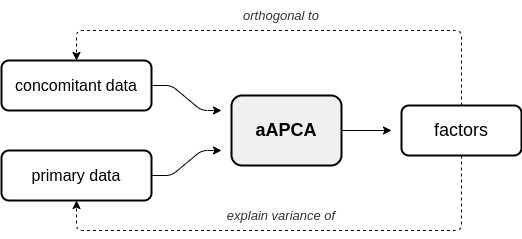
wecarsoniv/augmented-pca keeps this draw.io diagram as docs/source/_static/img/aapca_diagram.png. Above is the earlier version. Source tidied: cells renumbered, new cells last; positions are measured from the earlier drawing's top-left corner, leaving out a move shared by most shapes.
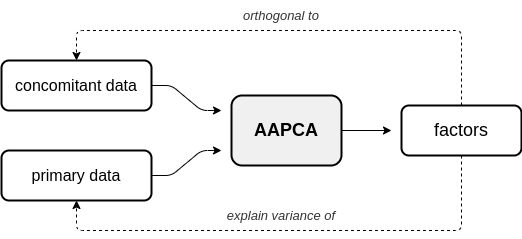
After the commit.

Commit message:
Fixed AAPCA diagram text.

The edit, as a diff of the source:
```diff
@@ -34,7 +34,7 @@
         <mxPoint x="390" y="130" as="targetPoint" />
       </mxGeometry>
     </mxCell>
-    <mxCell id="8" value="&lt;font style=&quot;font-size: 18px&quot;&gt;&lt;b&gt;aAPCA&lt;/b&gt;&lt;/font&gt;" style="rounded=1;whiteSpace=wrap;html=1;strokeWidth=2;fillColor=#F0F0F0;" parent="1" vertex="1">
+    <mxCell id="8" value="&lt;font style=&quot;font-size: 18px&quot;&gt;&lt;b&gt;AAPCA&lt;/b&gt;&lt;/font&gt;" style="rounded=1;whiteSpace=wrap;html=1;strokeWidth=2;fillColor=#F0F0F0;" parent="1" vertex="1">
       <mxGeometry x="230" y="95" width="110" height="70" as="geometry" />
     </mxCell>
     <mxCell id="9" style="endArrow=classic;html=1;dashed=1;exitX=0.5;exitY=0;exitDx=0;exitDy=0;entryX=0.5;entryY=0;entryDx=0;entryDy=0;arcSize=12;" parent="1" edge="1" source="6" target="2">
```
